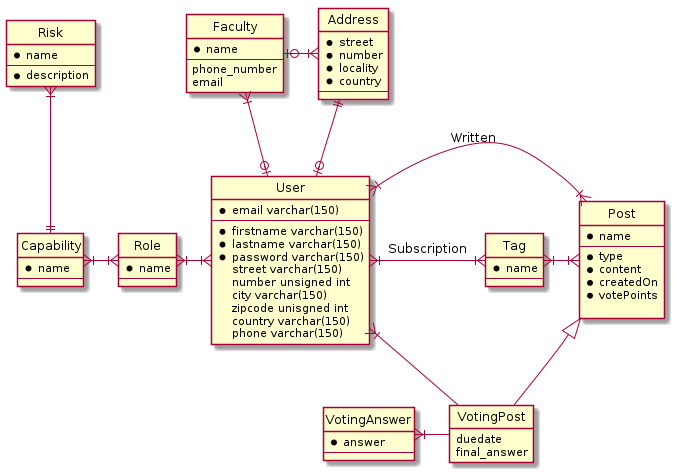
The PlantUML diagram out/uml/database_schema/db_mdl.png in LeGroupeDeFer/infom114_LaboMDL, before a commit.
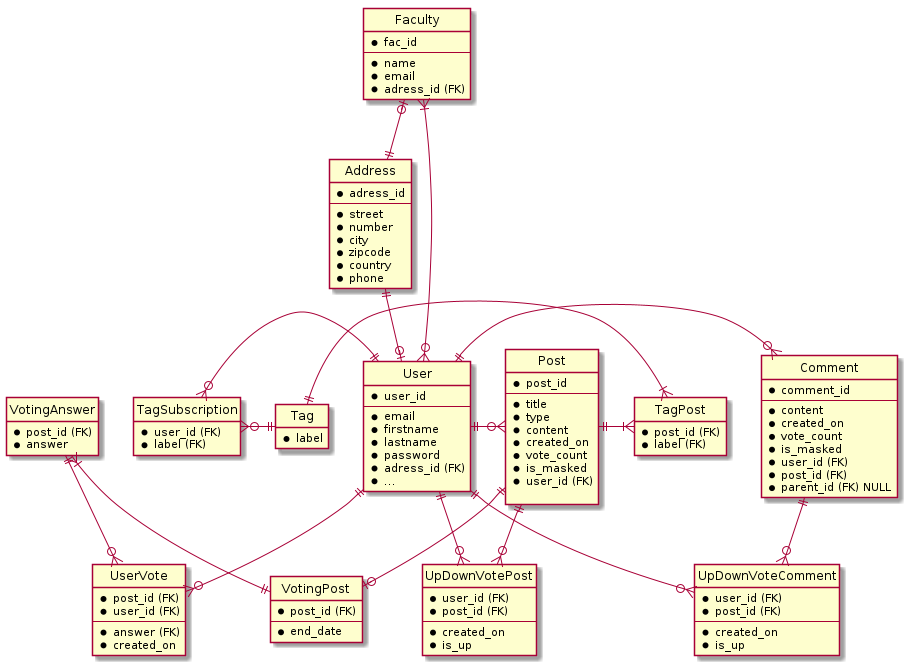
The same diagram one commit later.

Commit message:
Updated database schema & Added tooltip for guest user for up/downVote

What changed in the source:
```diff
@@ -9,92 +9,138 @@
 
 
 entity User {
-  * email varchar(150)
+  * user_id
   --
-  * firstname varchar(150)
-  * lastname varchar(150)
-  * password varchar(150)
-  street varchar(150)
-  number unsigned int
-  city varchar(150)
-  zipcode unisgned int
-  country varchar(150)
-  phone varchar(150)
+  * email
+  * firstname
+  * lastname
+  * password
+  * adress_id (FK)
+  * ...
 }
 
 entity Address {
+  * adress_id
+  --
   * street
   * number
-  * locality
+  * city
+  * zipcode
   * country
-  --
+  * phone
 }
 
 
 
+entity UpDownVotePost {
+  * user_id (FK)
+  * post_id (FK)
+  --
+  * created_on
+  * is_up
+}
+
+
+entity UpDownVoteComment {
+  * user_id (FK)
+  * post_id (FK)
+  --
+  * created_on
+  * is_up
+}
+
+entity TagSubscription{
+  * user_id (FK)
+  * label (FK)
+}
+
 entity Tag {
-  * name
-  --
+  * label
 }
 
 entity Post {
-  * name
+  * post_id
   --
+  * title
   * type
   * content
-  * createdOn
-  * votePoints
+  * created_on
+  * vote_count
+  * is_masked
+  * user_id (FK)
 
 }
 
-entity Role {
-  * name
+entity Comment {
+  * comment_id
   --
+  * content
+  * created_on
+  * vote_count
+  * is_masked
+  * user_id (FK)
+  * post_id (FK)
+  * parent_id (FK) NULL
 }
 
-entity Capability {
-  * name
+
+entity VotingPost {
+  * post_id (FK)
   --
+  * end_date
 }
 
-entity Risk {
-  * name
-  --
-  * description
+entity TagPost {
+    * post_id (FK)
+    * label (FK)
 }
 
-entity VotingPost {
-  duedate
-  final_answer
+entity UserVote {
+  * post_id (FK)
+  * user_id (FK)
+  --
+  * answer (FK)
+  * created_on
 }
 
-entity VotingAnswer {
+entity VotingAnswer{
+  * post_id (FK)
   * answer
-  --
 }
 
 entity Faculty  {
+  * fac_id
+  --
   * name
-  --
-  phone_number
-  email
+  * email
+  * adress_id (FK)
 }
 
 Address ||--o| User
-Tag }|-|{ Post
 
-Faculty }|--o| User
-Faculty |o-|{ Address
 
-Risk }|--|| Capability
-Capability }|-|{ Role
-Role }|-|{ User
+Faculty }|--o{ User
+Faculty |o--|| Address
 
-User }|-|{ Tag : Subscription
-User }|-|{ Post : Written
 
-Post <|-- VotingPost
-VotingAnswer }|- VotingPost
-User }|- VotingPost
+User ||-o{ Post
+User ||--o{ UpDownVotePost
+Post ||--o{ UpDownVotePost
 
+
+User ||-o{ Comment
+User ||--o{ UpDownVoteComment
+Comment ||--o{ UpDownVoteComment
+
+Post ||--o| VotingPost
+VotingAnswer}|-|| VotingPost
+
+User  ||--o{ UserVote
+VotingAnswer ||--o{  UserVote
+
+TagSubscription }o-|| User
+TagSubscription }o-|| Tag
+
+Tag  ||-|{  TagPost
+Post ||-|{  TagPost
 @enduml
```
